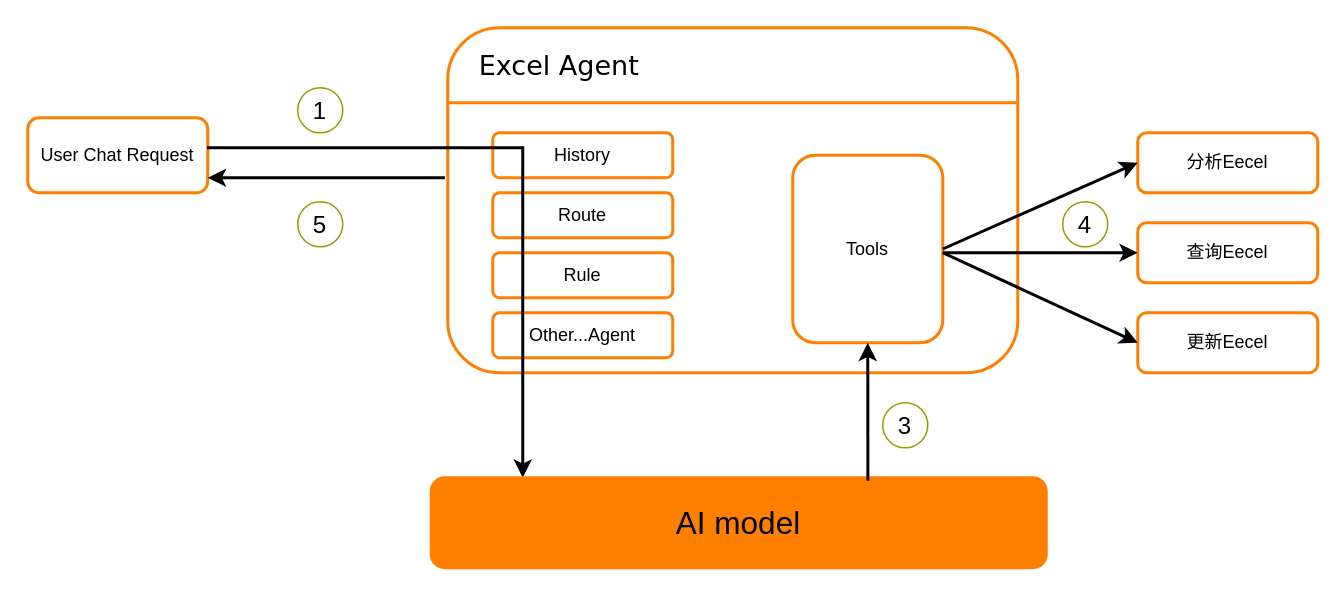
Ordertiny/graph keeps this draw.io diagram as SSJJ2/ss2配表Agent.drawio. Above is the earlier version. Source tidied: cells renumbered, new cells numbered last; positions are measured from the earlier drawing's top-left corner, leaving out a move shared by most shapes. Both pictures are drawn from the tidied source at 150%, with x=0, y=0 at pixel (27, 27).
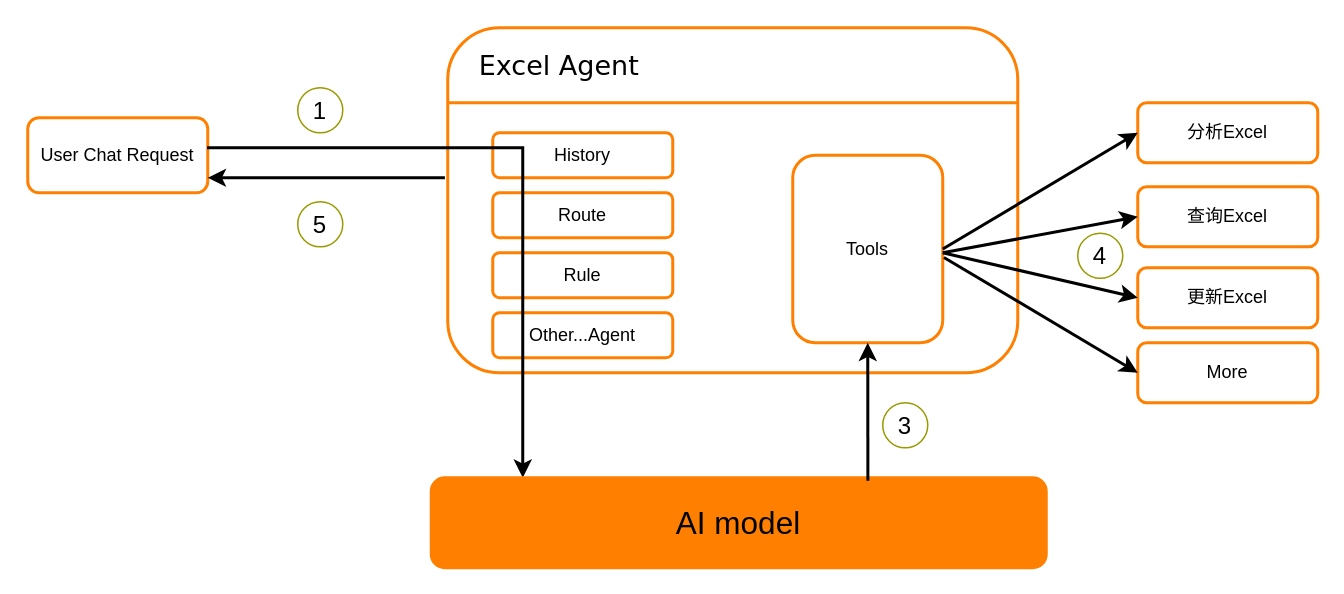
Above is the later version.

The change refers to these unchanged cells:
```xml
<mxCell id="11" value="Tools" style="rounded=1;whiteSpace=wrap;html=1;strokeColor=#FF8000;strokeWidth=2;" parent="3" vertex="1">
  <mxGeometry x="230" y="85" width="100" height="125" as="geometry" />
</mxCell>
```

What changed in the source:
```diff
@@
-    <mxCell id="14" value="查询Eecel" style="rounded=1;whiteSpace=wrap;html=1;strokeColor=#FF8000;strokeWidth=2;" parent="1" vertex="1">
-      <mxGeometry x="740" y="130" width="120" height="40" as="geometry" />
+    <mxCell id="14" value="查询Excel" style="rounded=1;whiteSpace=wrap;html=1;strokeColor=#FF8000;strokeWidth=2;" parent="1" vertex="1">
+      <mxGeometry x="740" y="106" width="120" height="40" as="geometry" />
     </mxCell>
-    <mxCell id="15" value="分析Eecel" style="rounded=1;whiteSpace=wrap;html=1;strokeColor=#FF8000;strokeWidth=2;" parent="1" vertex="1">
-      <mxGeometry x="740" y="70" width="120" height="40" as="geometry" />
+    <mxCell id="15" value="分析Excel" style="rounded=1;whiteSpace=wrap;html=1;strokeColor=#FF8000;strokeWidth=2;" parent="1" vertex="1">
+      <mxGeometry x="740" y="50" width="120" height="40" as="geometry" />
     </mxCell>
-    <mxCell id="16" value="更新Eecel" style="rounded=1;whiteSpace=wrap;html=1;strokeColor=#FF8000;strokeWidth=2;" parent="1" vertex="1">
-      <mxGeometry x="740" y="190" width="120" height="40" as="geometry" />
+    <mxCell id="16" value="更新Excel" style="rounded=1;whiteSpace=wrap;html=1;strokeColor=#FF8000;strokeWidth=2;" parent="1" vertex="1">
+      <mxGeometry x="740" y="160" width="120" height="40" as="geometry" />
     </mxCell>
@@
     <mxCell id="25" value="&lt;font style=&quot;font-size: 16px;&quot;&gt;4&lt;/font&gt;" style="ellipse;whiteSpace=wrap;html=1;fillColor=none;strokeColor=#999900;" parent="1" vertex="1">
-      <mxGeometry x="690" y="116" width="30" height="30" as="geometry" />
+      <mxGeometry x="700" y="137" width="30" height="30" as="geometry" />
     </mxCell>
+    <mxCell id="26" value="More" style="rounded=1;whiteSpace=wrap;html=1;strokeColor=#FF8000;strokeWidth=2;" parent="1" vertex="1">
+      <mxGeometry x="740" y="210" width="120" height="40" as="geometry" />
+    </mxCell>
+    <mxCell id="27" style="endArrow=classic;html=1;rounded=0;entryX=0;entryY=0.5;entryDx=0;entryDy=0;strokeWidth=2;exitX=1.008;exitY=0.545;exitDx=0;exitDy=0;exitPerimeter=0;" parent="1" edge="1" source="11" target="26">
+      <mxGeometry relative="1" as="geometry" />
+    </mxCell>
```
